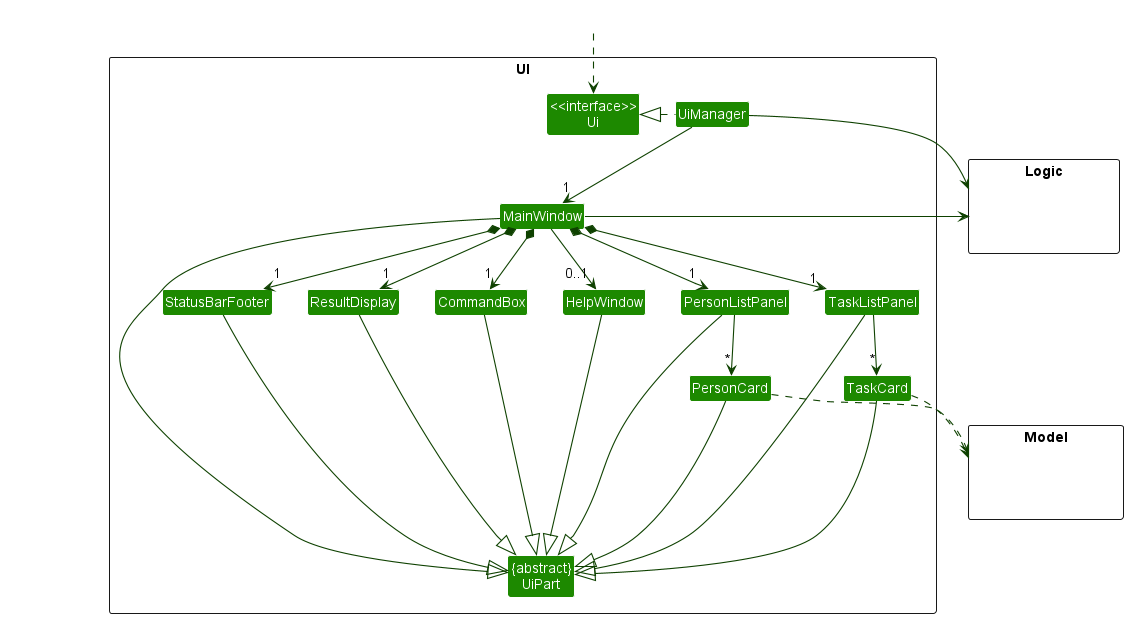
Before: docs/images/UiClassDiagram.png, a diagram exported from PlantUML (nus-cs2103-AY2223S1/tp).
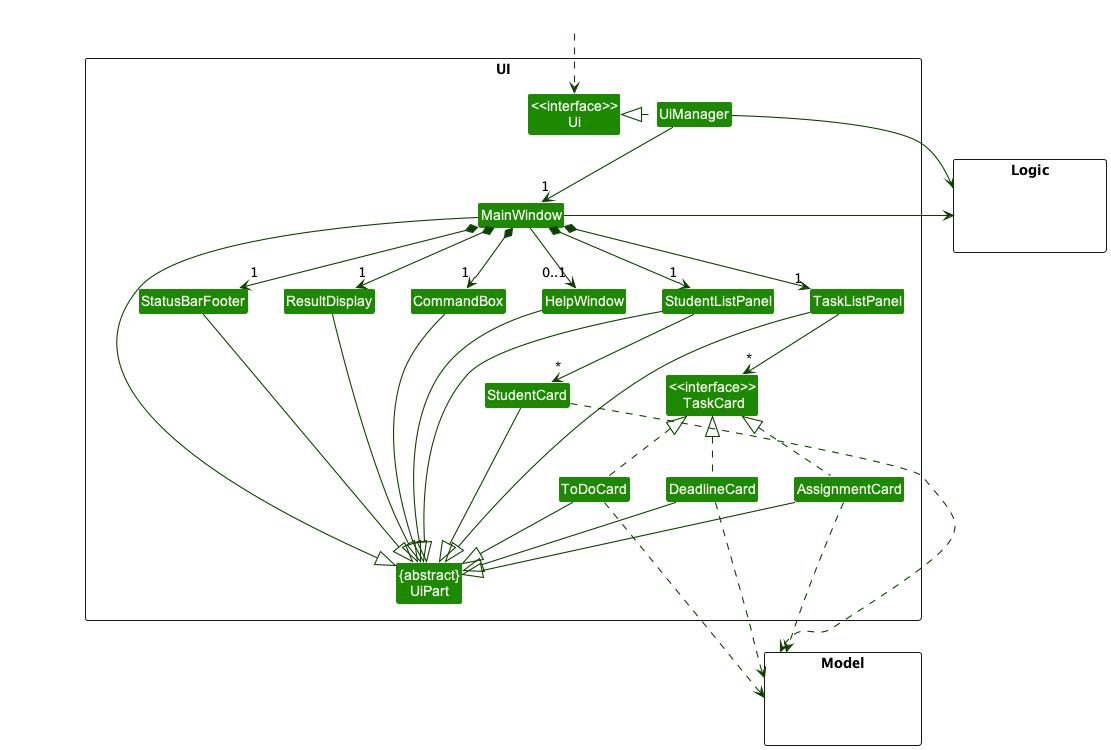
After the commit.

Diff of the diagram source:
```diff
@@ -11,12 +11,15 @@
 Class MainWindow
 Class HelpWindow
 Class ResultDisplay
-Class PersonListPanel
-Class PersonCard
+Class StudentListPanel
+Class StudentCard
 Class StatusBarFooter
 Class CommandBox
 Class TaskListPanel
-Class TaskCard
+Class "<<interface>>\n TaskCard" as TaskCard
+Class ToDoCard
+Class DeadlineCard
+Class AssignmentCard
 }
 
 package Model <<Rectangle>> {
@@ -34,36 +37,44 @@
 UiManager -down-> "1" MainWindow
 MainWindow *-down->  "1" CommandBox
 MainWindow *-down-> "1" ResultDisplay
-MainWindow *-down-> "1" PersonListPanel
+MainWindow *-down-> "1" StudentListPanel
 MainWindow *-down-> "1" TaskListPanel
 MainWindow *-down-> "1" StatusBarFooter
 MainWindow --> "0..1" HelpWindow
 
-PersonListPanel -down-> "*" PersonCard
+StudentListPanel -down-> "*" StudentCard
 TaskListPanel -down-> "*" TaskCard
+
+ToDoCard .up-|> TaskCard
+AssignmentCard .up-|> TaskCard
+DeadlineCard .up-|> TaskCard
 
 MainWindow -left-|> UiPart
 
 ResultDisplay --|> UiPart
 CommandBox --|> UiPart
-PersonListPanel --|> UiPart
-PersonCard --|> UiPart
+StudentListPanel --|> UiPart
+StudentCard --|> UiPart
 TaskListPanel --|> UiPart
-TaskCard ---|> UiPart
 StatusBarFooter --|> UiPart
 HelpWindow --|> UiPart
+ToDoCard -down-|> UiPart
+AssignmentCard -down-|> UiPart
+DeadlineCard -down-|> UiPart
 
-PersonCard ..> Model
-TaskCard ..> Model
+StudentCard .down.> Model
+ToDoCard ..down.> Model
+DeadlineCard ..down.> Model
+AssignmentCard ..down.> Model
 UiManager -right-> Logic
 MainWindow -left-> Logic
 
-PersonListPanel -[hidden]left- HelpWindow
+StudentListPanel -[hidden]left- HelpWindow
 HelpWindow -[hidden]left- CommandBox
 CommandBox -[hidden]left- ResultDisplay
 ResultDisplay -[hidden]left- StatusBarFooter
-TaskListPanel -[hidden]left- PersonListPanel
-TaskCard -[hidden]left- PersonCard
+TaskListPanel -[hidden]left- StudentListPanel
+TaskCard -[hidden]left- StudentCard
 
 MainWindow -[hidden]-|> UiPart
 @enduml
```
